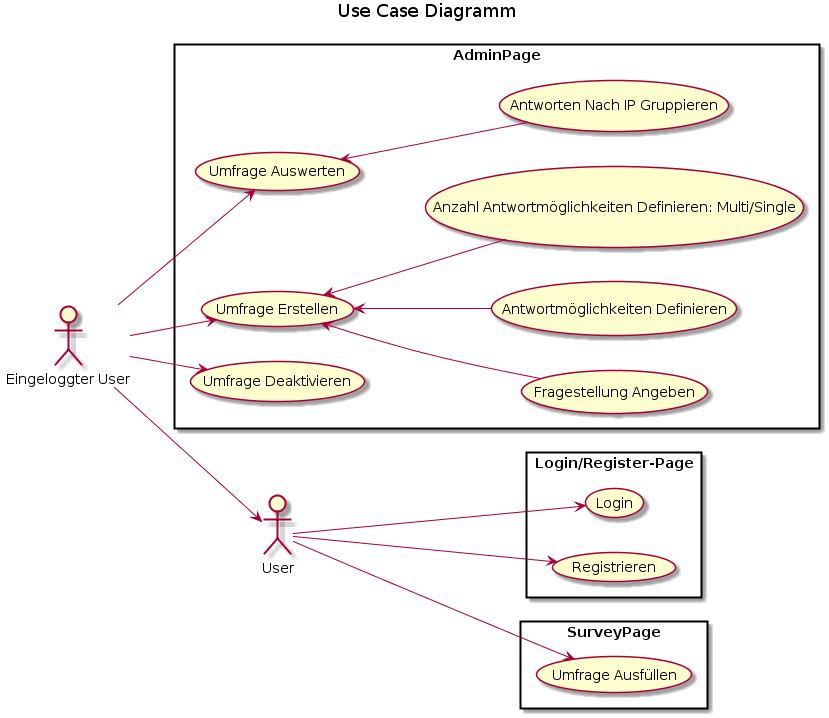
The PlantUML diagram Doku/Use-Cases.png in StarlordTheCoder/ProbeIPA, before a commit. The source it was exported from:
```plantuml
@startuml
title Use Case Diagramm

left to right direction

rectangle Login/Register-Page {
    (Login)
    (Registrieren)
}

rectangle AdminPage {
    (Umfrage Auswerten) as EV
    (Umfrage Erstellen) as CS
    (Umfrage Deaktivieren) as DS
    (Fragestellung Angeben) as FA
    (Antwortmöglichkeiten Definieren) as A
    (Anzahl Antwortmöglichkeiten Definieren: Multi/Single) as AAD
    (Antworten Nach IP Gruppieren) as ANIP
}

rectangle SurveyPage {
    (Umfrage Ausfüllen) as FS
}

:Eingeloggter User:
:User:

User --> (Login)
User --> (FS)
User --> (Registrieren)
:Eingeloggter User: --> CS
:Eingeloggter User: --> EV
:Eingeloggter User: --> User
:Eingeloggter User: --> DS
CS <-- FA
CS <-- A
CS <-- AAD
EV <-- ANIP
@enduml
```
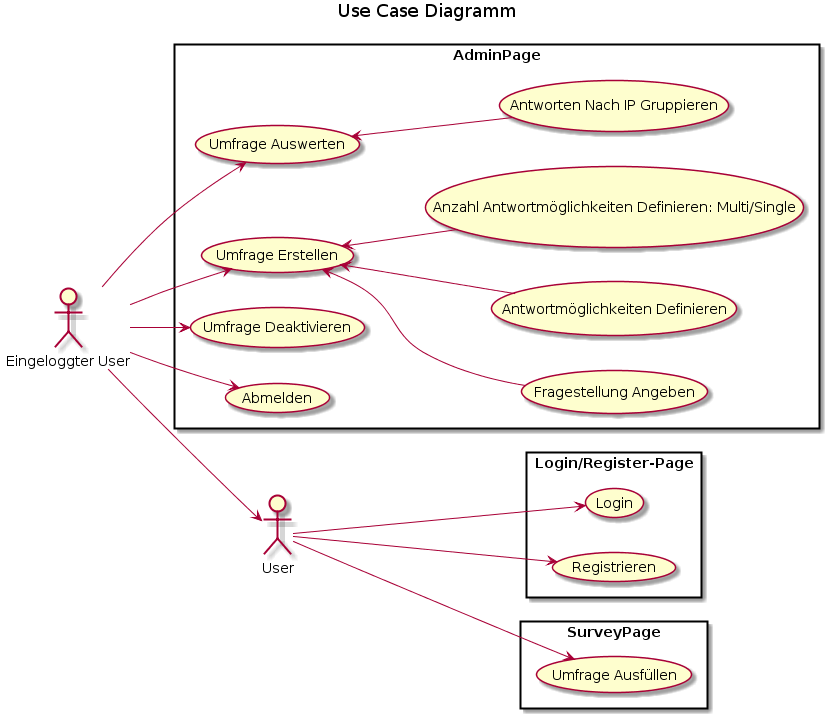
Later version of the same file.

Commit message:
#added Use-Cases and started with creating the Testconcept

The edit, as a diff of the source:
```diff
@@ -16,6 +16,7 @@
     (Antwortmöglichkeiten Definieren) as A
     (Anzahl Antwortmöglichkeiten Definieren: Multi/Single) as AAD
     (Antworten Nach IP Gruppieren) as ANIP
+    (Abmelden)
 }
 
 rectangle SurveyPage {
@@ -28,6 +29,7 @@
 User --> (Login)
 User --> (FS)
 User --> (Registrieren)
+:Eingeloggter User: --> (Abmelden)
 :Eingeloggter User: --> CS
 :Eingeloggter User: --> EV
 :Eingeloggter User: --> User
```
